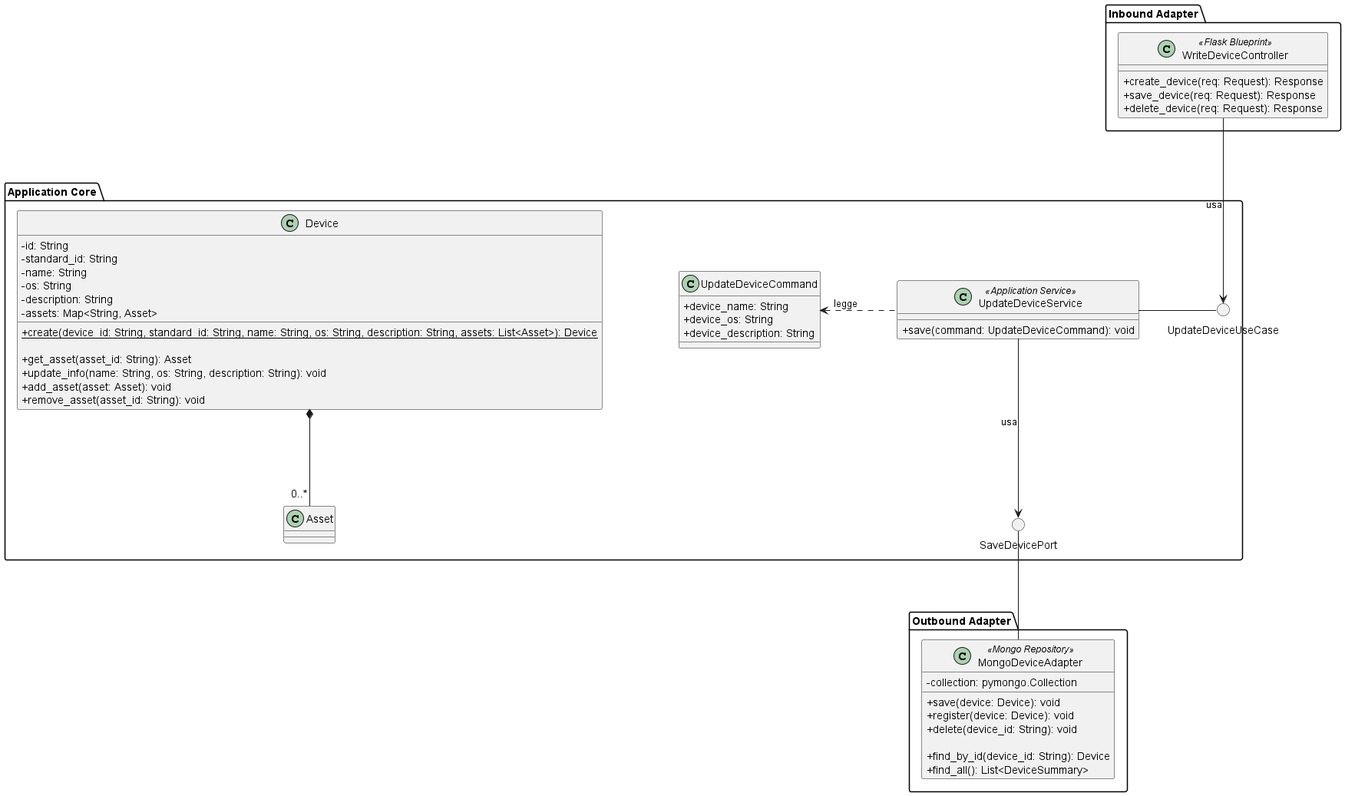
The PlantUML diagram src/PB/DocumentazioneEsterna/Specifica_Tecnica/content/uml/png/SaveDevice/UpdateDevice.png in GroupRubberDuck/Documentazione, before a commit. The source it was exported from:
```plantuml
@startuml UpdateDevice
skinparam linetype ortho
skinparam nodesep 100
skinparam ranksep 120
skinparam classAttributeIconSize 0

package "Inbound Adapter"{
    !include InboundAdapters/WriteDeviceController.puml
}

package "Application Core" {

    !include Domain/Device.puml

    class UpdateDeviceCommand  {
        + device_name: String
        + device_os: String
        + device_description: String
    }

    !include ApplicationServices/UpdateDeviceService.puml

    () "UpdateDeviceUseCase"
    () "SaveDevicePort"


    Device -[hidden]right- UpdateDeviceCommand

    UpdateDeviceService .left.> UpdateDeviceCommand: legge

    UpdateDeviceService -right- UpdateDeviceUseCase

    UpdateDeviceService -down-> SaveDevicePort: usa
}

package "Outbound Adapter" {
    !include OutboundAdapters/MongoDeviceAdapter.puml
}


WriteDeviceController -down-> UpdateDeviceUseCase: usa

SaveDevicePort -down- MongoDeviceAdapter

@enduml
```
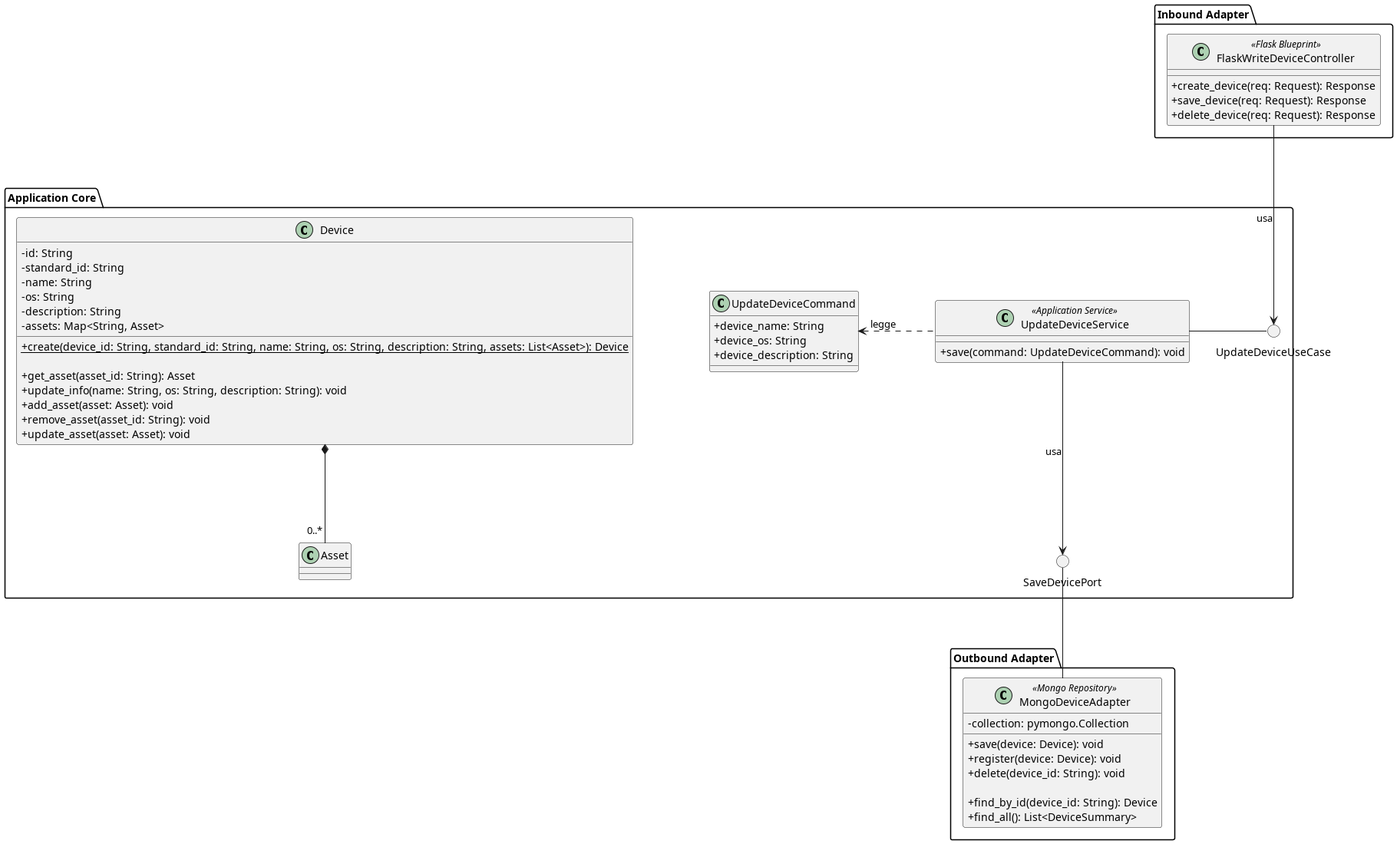
The same diagram one commit later.

What changed in the source:
```diff
@@ -5,7 +5,7 @@
 skinparam classAttributeIconSize 0
 
 package "Inbound Adapter"{
-    !include InboundAdapters/WriteDeviceController.puml
+    !include InboundAdapters/FlaskWriteDeviceController.puml
 }
 
 package "Application Core" {
@@ -23,7 +23,6 @@
     () "UpdateDeviceUseCase"
     () "SaveDevicePort"
 
-
     Device -[hidden]right- UpdateDeviceCommand
 
     UpdateDeviceService .left.> UpdateDeviceCommand: legge
@@ -37,8 +36,7 @@
     !include OutboundAdapters/MongoDeviceAdapter.puml
 }
 
-
-WriteDeviceController -down-> UpdateDeviceUseCase: usa
+FlaskWriteDeviceController -down-> UpdateDeviceUseCase: usa
 
 SaveDevicePort -down- MongoDeviceAdapter
 
```
